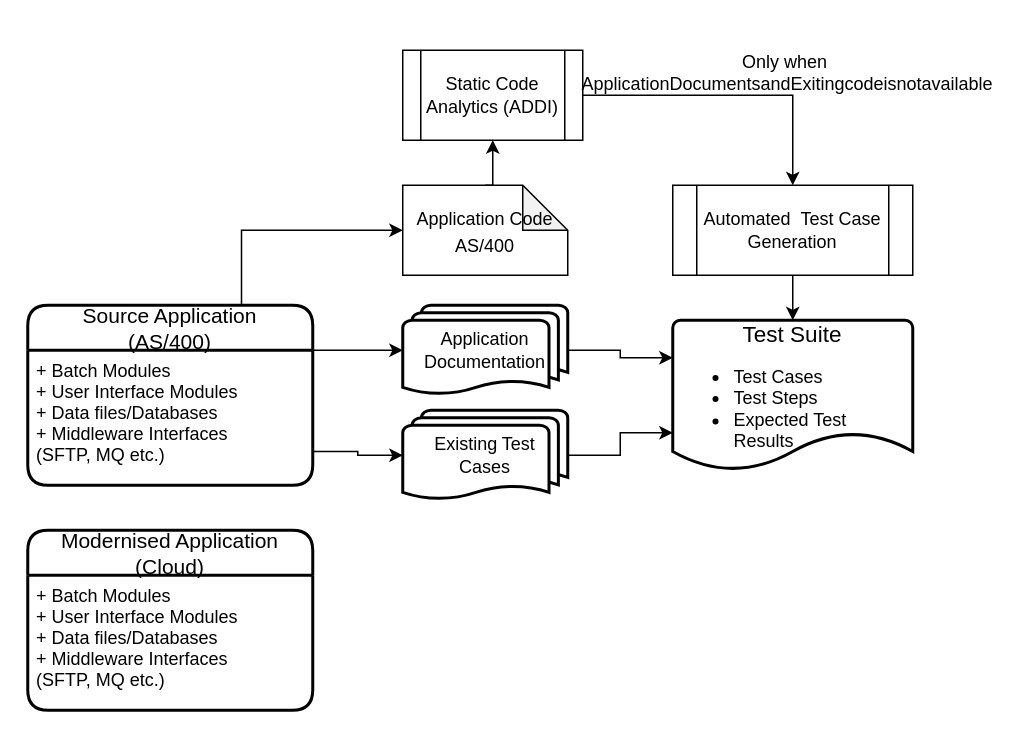
Earlier version of the draw.io diagram Untitled Diagram.drawio (ilanjaya/TestCOE). Source tidied: cells renumbered, new cells numbered last; positions are measured from the earlier drawing's top-left corner, leaving out a move shared by most shapes. Both pictures are drawn from the tidied source at 150%, with x=0, y=0 at pixel (27, 50).
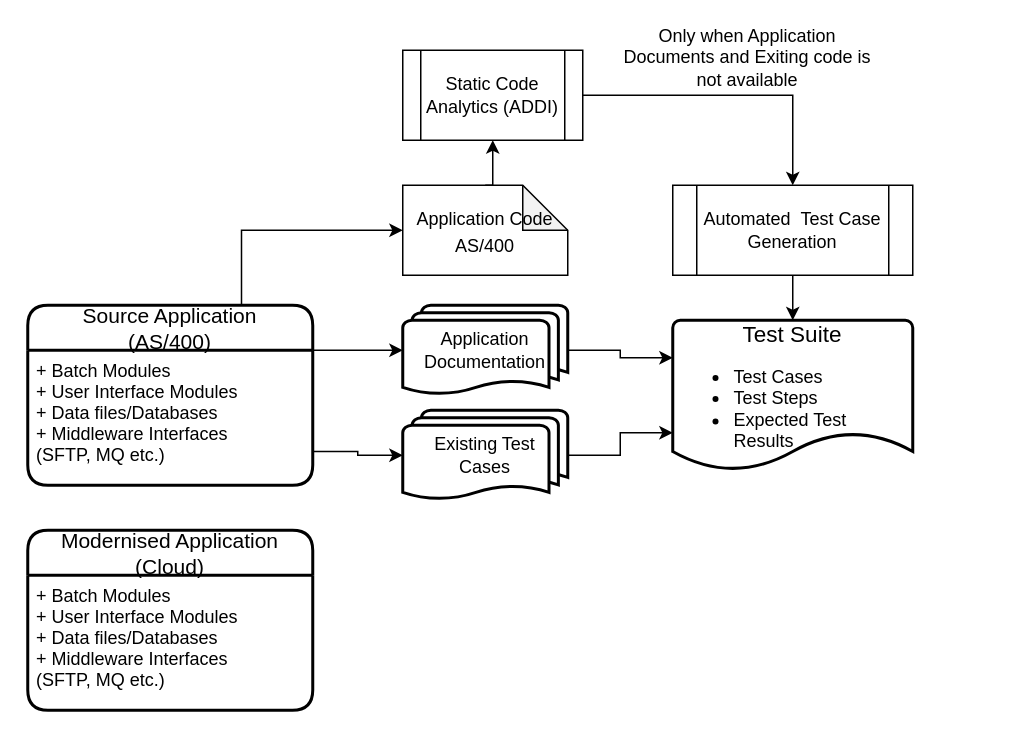
The same page after the edit.

The edit, as a diff of the source:
```diff
@@
-    <mxCell id="20" value="Only when &amp;nbsp;ApplicationDocumentsandExitingcodeisnotavailable" style="text;html=1;strokeColor=none;fillColor=none;align=center;verticalAlign=middle;whiteSpace=wrap;rounded=0;fontSize=12;" parent="1" vertex="1">
-      <mxGeometry x="390" width="230" height="30" as="geometry" />
+    <mxCell id="20" value="Only when Application Documents and Exiting code is not available" style="text;html=1;strokeColor=none;fillColor=none;align=center;verticalAlign=middle;whiteSpace=wrap;rounded=0;fontSize=12;" parent="1" vertex="1">
+      <mxGeometry x="390" y="-10" width="180" height="30" as="geometry" />
     </mxCell>
```
